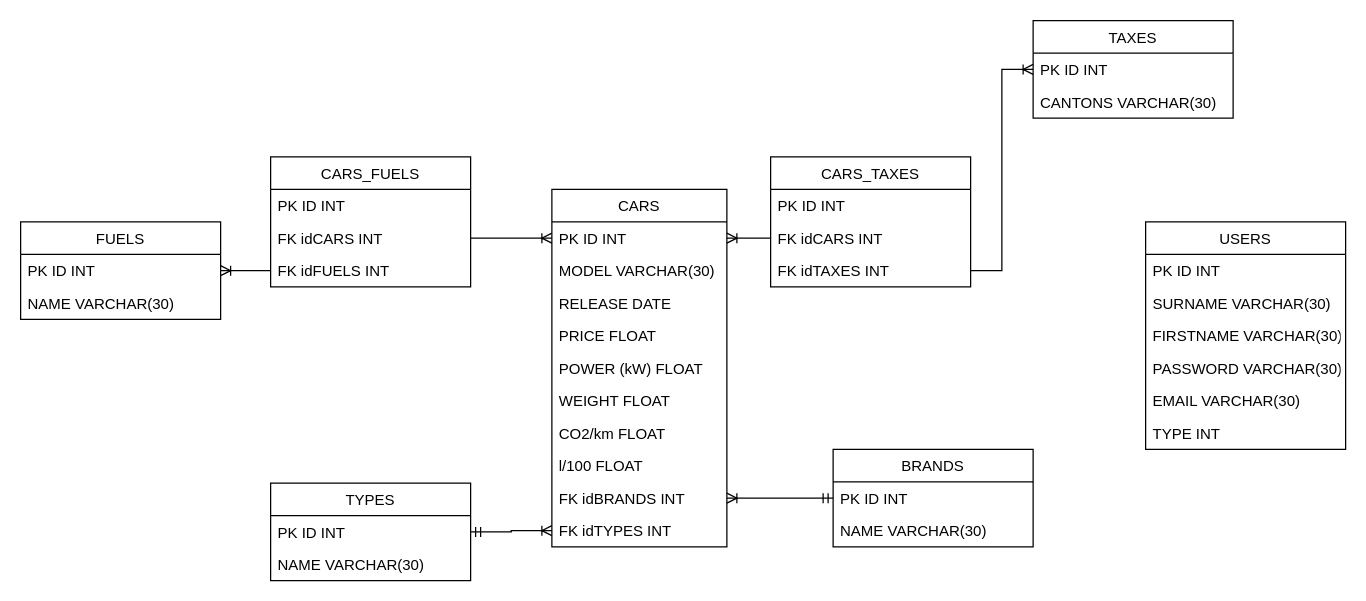
ThomasCPNV/CcubeProject keeps this draw.io diagram as page "MLD" (2 of 2) of SQL/Modélisation BDD.drawio. Above is the earlier version. Source tidied: cells renumbered, new cells numbered last; positions are measured from the earlier drawing's top-left corner, leaving out a move shared by most shapes. Both pictures are drawn from the tidied source at 125%, with x=0, y=0 at pixel (20, 20).
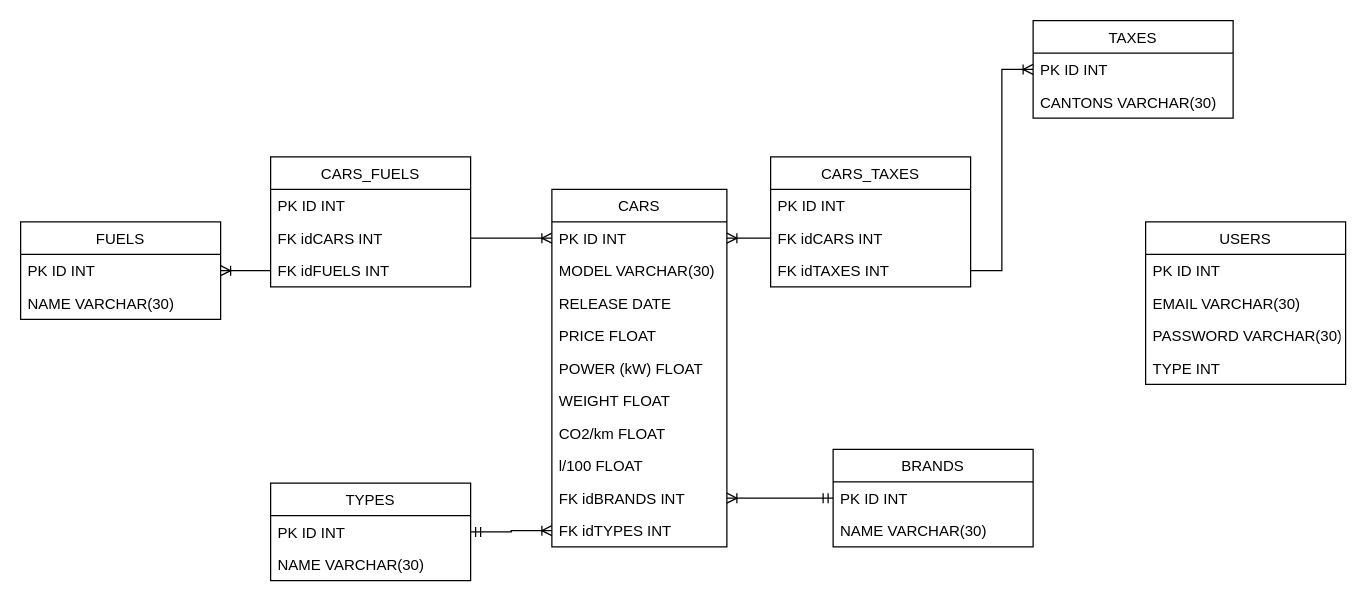
Above is the later version.

The edit, as a diff of the source:
```diff
@@
     <mxCell id="13" value="USERS" style="swimlane;fontStyle=0;horizontal=1;startSize=26;fillColor=none;" parent="1" vertex="1">
-      <mxGeometry x="900" y="161" width="160" height="182" as="geometry" />
+      <mxGeometry x="900" y="161" width="160" height="130" as="geometry" />
     </mxCell>
@@
-    <mxCell id="15" value="SURNAME VARCHAR(30)" style="text;strokeColor=none;fillColor=none;align=left;verticalAlign=top;spacingLeft=4;spacingRight=4;overflow=hidden;" parent="13" vertex="1">
-      <mxGeometry y="52" width="160" height="26" as="geometry" />
-    </mxCell>
-    <mxCell id="16" value="FIRSTNAME VARCHAR(30)" style="text;strokeColor=none;fillColor=none;align=left;verticalAlign=top;spacingLeft=4;spacingRight=4;overflow=hidden;" parent="13" vertex="1">
-      <mxGeometry y="78" width="160" height="26" as="geometry" />
-    </mxCell>
+    <mxCell id="18" value="EMAIL VARCHAR(30)" style="text;strokeColor=none;fillColor=none;align=left;verticalAlign=top;spacingLeft=4;spacingRight=4;overflow=hidden;" parent="13" vertex="1">
+      <mxGeometry y="52" width="160" height="26" as="geometry" />
+    </mxCell>
     <mxCell id="17" value="PASSWORD VARCHAR(30)" style="text;strokeColor=none;fillColor=none;align=left;verticalAlign=top;spacingLeft=4;spacingRight=4;overflow=hidden;" parent="13" vertex="1">
-      <mxGeometry y="104" width="160" height="26" as="geometry" />
+      <mxGeometry y="78" width="160" height="26" as="geometry" />
     </mxCell>
-    <mxCell id="18" value="EMAIL VARCHAR(30)" style="text;strokeColor=none;fillColor=none;align=left;verticalAlign=top;spacingLeft=4;spacingRight=4;overflow=hidden;" parent="13" vertex="1">
-      <mxGeometry y="130" width="160" height="26" as="geometry" />
-    </mxCell>
     <mxCell id="19" value="TYPE INT" style="text;strokeColor=none;fillColor=none;align=left;verticalAlign=top;spacingLeft=4;spacingRight=4;overflow=hidden;" parent="13" vertex="1">
-      <mxGeometry y="156" width="160" height="26" as="geometry" />
+      <mxGeometry y="104" width="160" height="26" as="geometry" />
     </mxCell>
```
